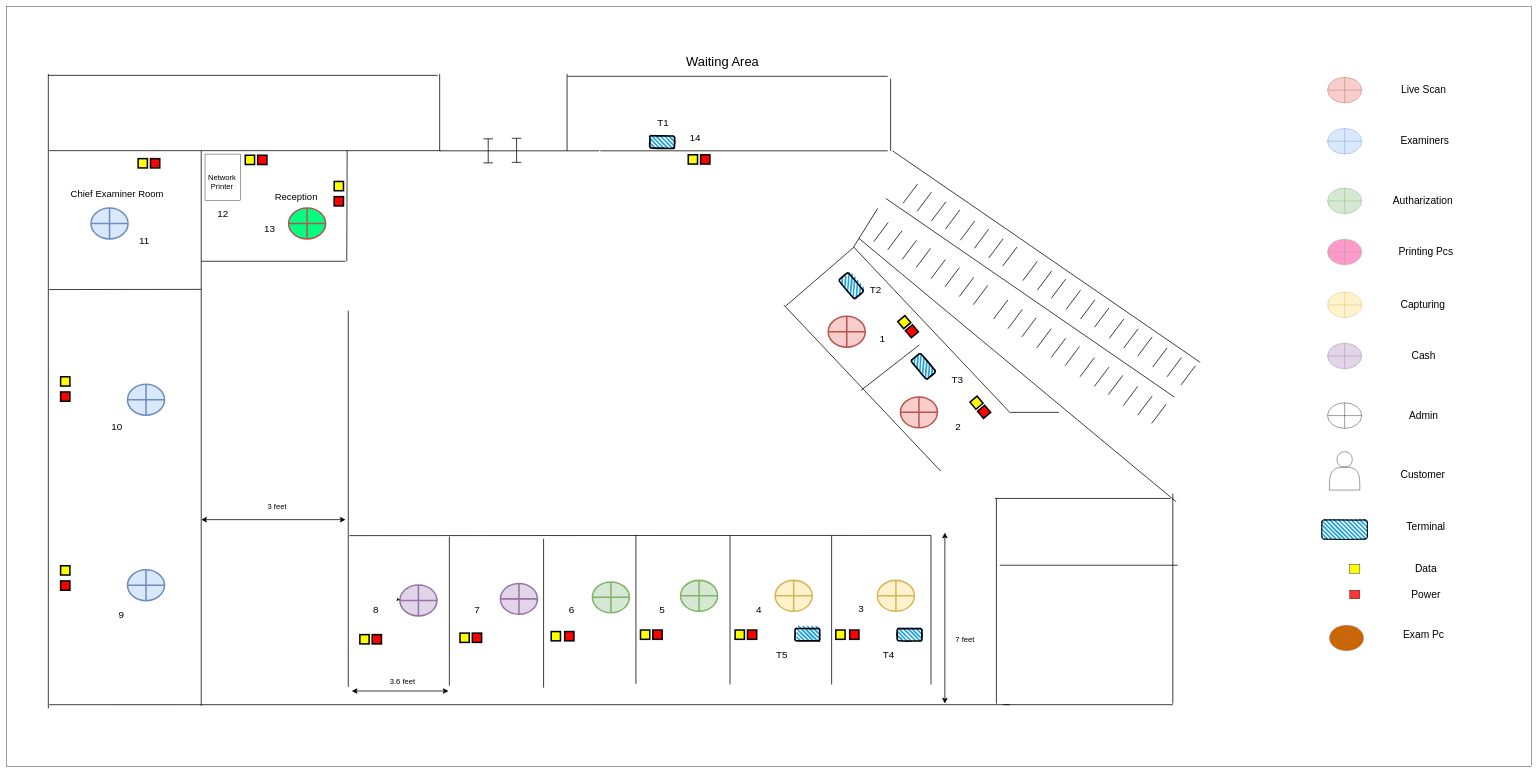
This is kegall_ground.drawio from thushan-harshajeewa/dmt-diagrams, a draw.io file, before an edit. Source tidied: cells renumbered, new cells numbered last; positions are measured from the earlier drawing's top-left corner, leaving out a move shared by most shapes. Both pictures are drawn from the tidied source at 38%, with x=0, y=0 at pixel (6, 6).
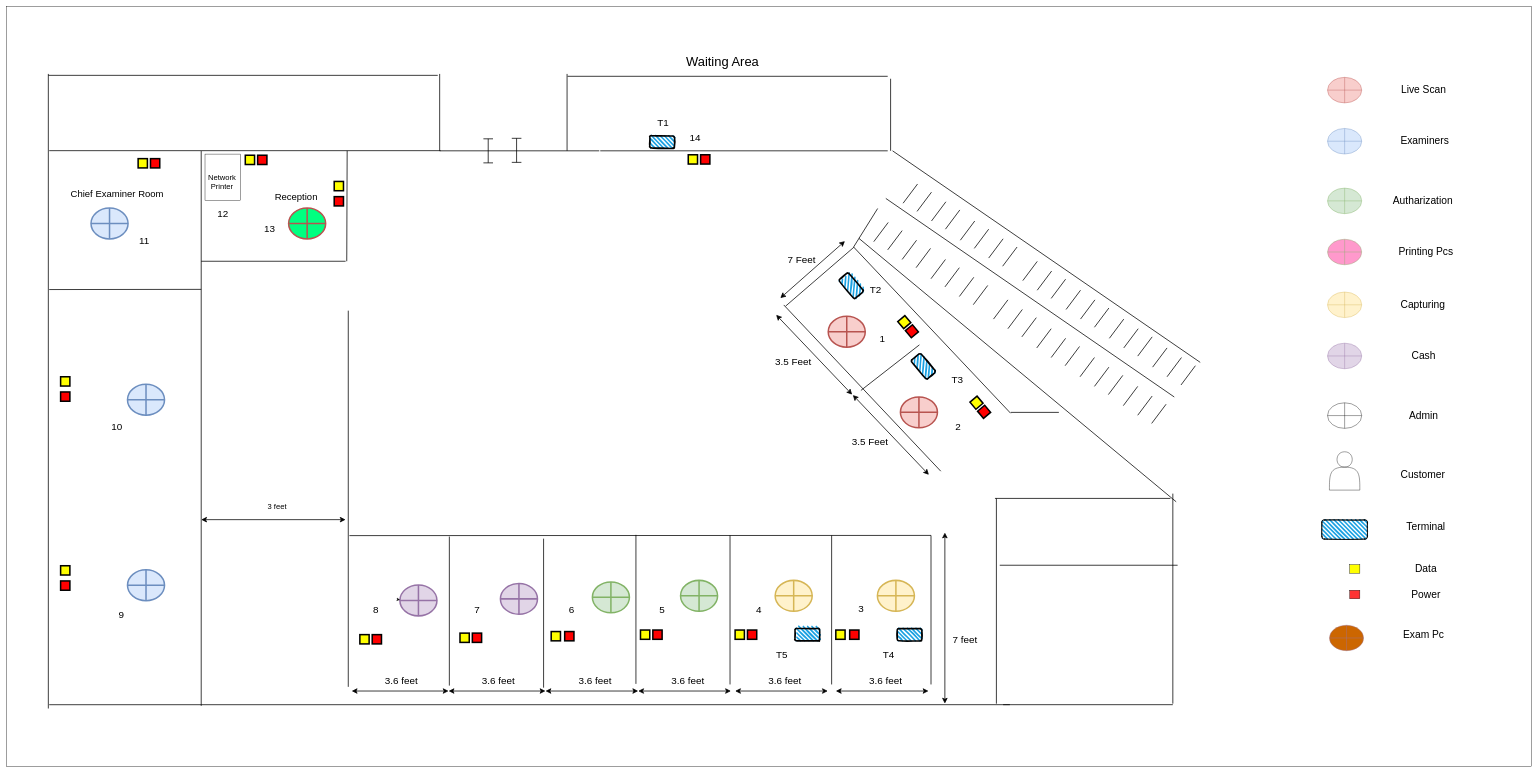
The same page after the edit.

Diff of the diagram source:
```diff
@@
-    <mxCell id="135" value="&lt;font style=&quot;font-size: 20px;&quot;&gt;7 feet&lt;/font&gt;" style="text;html=1;align=center;verticalAlign=middle;whiteSpace=wrap;rounded=0;" parent="1" vertex="1">
+    <mxCell id="135" value="&lt;font style=&quot;font-size: 26px;&quot;&gt;7 feet&lt;/font&gt;" style="text;html=1;align=center;verticalAlign=middle;whiteSpace=wrap;rounded=0;" parent="1" vertex="1">
       <mxGeometry x="2482" y="1649.8" width="80" height="30" as="geometry" />
     </mxCell>
@@
-    <mxCell id="137" value="&lt;font style=&quot;font-size: 20px;&quot;&gt;3.6 feet&lt;/font&gt;" style="text;html=1;align=center;verticalAlign=middle;whiteSpace=wrap;rounded=0;" parent="1" vertex="1">
-      <mxGeometry x="1002" y="1760" width="80" height="30" as="geometry" />
+    <mxCell id="137" value="&lt;font style=&quot;font-size: 26px;&quot;&gt;3.6 feet&lt;/font&gt;" style="text;html=1;align=center;verticalAlign=middle;whiteSpace=wrap;rounded=0;" parent="1" vertex="1">
+      <mxGeometry x="974" y="1760" width="130" height="30" as="geometry" />
     </mxCell>
@@
+    <mxCell id="184" style="endArrow=classic;startArrow=classic;html=1;endSize=10;startSize=10;strokeWidth=2;" parent="1" edge="1">
+      <mxGeometry relative="1" as="geometry">
+        <mxPoint x="2036" y="767" as="sourcePoint" />
+        <mxPoint x="2206" y="617" as="targetPoint" />
+      </mxGeometry>
+    </mxCell>
+    <mxCell id="185" value="&lt;font style=&quot;font-size: 26px;&quot;&gt;7 Feet&lt;/font&gt;" style="text;html=1;align=center;verticalAlign=middle;whiteSpace=wrap;rounded=0;" parent="1" vertex="1">
+      <mxGeometry x="2042" y="650" width="100" height="30" as="geometry" />
+    </mxCell>
+    <mxCell id="186" style="endArrow=classic;startArrow=classic;html=1;endSize=10;startSize=10;strokeWidth=2;" parent="1" edge="1">
+      <mxGeometry relative="1" as="geometry">
+        <mxPoint x="2225" y="1021" as="sourcePoint" />
+        <mxPoint x="2025" y="811" as="targetPoint" />
+      </mxGeometry>
+    </mxCell>
+    <mxCell id="187" value="&lt;font style=&quot;font-size: 26px;&quot;&gt;3.5 Feet&lt;/font&gt;" style="text;html=1;align=center;verticalAlign=middle;whiteSpace=wrap;rounded=0;" parent="1" vertex="1">
+      <mxGeometry x="2019.9" y="920" width="100" height="30" as="geometry" />
+    </mxCell>
+    <mxCell id="188" value="&lt;font style=&quot;font-size: 26px;&quot;&gt;3.5 Feet&lt;/font&gt;" style="text;html=1;align=center;verticalAlign=middle;whiteSpace=wrap;rounded=0;" parent="1" vertex="1">
+      <mxGeometry x="2221.8" y="1131" width="100" height="30" as="geometry" />
+    </mxCell>
+    <mxCell id="189" style="endArrow=classic;startArrow=classic;html=1;endSize=10;startSize=10;strokeWidth=2;" parent="1" edge="1">
+      <mxGeometry relative="1" as="geometry">
+        <mxPoint x="2426.9" y="1232" as="sourcePoint" />
+        <mxPoint x="2226.9" y="1022" as="targetPoint" />
+      </mxGeometry>
+    </mxCell>
+    <mxCell id="190" style="endArrow=classic;startArrow=classic;html=1;strokeWidth=2;endSize=10;startSize=10;" parent="1" edge="1">
+      <mxGeometry relative="1" as="geometry">
+        <mxPoint x="1163" y="1801" as="sourcePoint" />
+        <mxPoint x="1418" y="1801" as="targetPoint" />
+      </mxGeometry>
+    </mxCell>
+    <mxCell id="191" value="&lt;font style=&quot;font-size: 26px;&quot;&gt;3.6 feet&lt;/font&gt;" style="text;html=1;align=center;verticalAlign=middle;whiteSpace=wrap;rounded=0;" parent="1" vertex="1">
+      <mxGeometry x="1229" y="1760" width="130" height="30" as="geometry" />
+    </mxCell>
+    <mxCell id="192" style="endArrow=classic;startArrow=classic;html=1;strokeWidth=2;endSize=10;startSize=10;" parent="1" edge="1">
+      <mxGeometry relative="1" as="geometry">
+        <mxPoint x="1418" y="1801" as="sourcePoint" />
+        <mxPoint x="1662" y="1801" as="targetPoint" />
+      </mxGeometry>
+    </mxCell>
+    <mxCell id="193" value="&lt;font style=&quot;font-size: 26px;&quot;&gt;3.6 feet&lt;/font&gt;" style="text;html=1;align=center;verticalAlign=middle;whiteSpace=wrap;rounded=0;" parent="1" vertex="1">
+      <mxGeometry x="1484" y="1760" width="130" height="30" as="geometry" />
+    </mxCell>
+    <mxCell id="194" style="endArrow=classic;startArrow=classic;html=1;strokeWidth=2;endSize=10;startSize=10;" parent="1" edge="1">
+      <mxGeometry relative="1" as="geometry">
+        <mxPoint x="1662" y="1801" as="sourcePoint" />
+        <mxPoint x="1906" y="1801" as="targetPoint" />
+      </mxGeometry>
+    </mxCell>
+    <mxCell id="195" value="&lt;font style=&quot;font-size: 26px;&quot;&gt;3.6 feet&lt;/font&gt;" style="text;html=1;align=center;verticalAlign=middle;whiteSpace=wrap;rounded=0;" parent="1" vertex="1">
+      <mxGeometry x="1728" y="1760" width="130" height="30" as="geometry" />
+    </mxCell>
+    <mxCell id="196" style="endArrow=classic;startArrow=classic;html=1;strokeWidth=2;endSize=10;startSize=10;" parent="1" edge="1">
+      <mxGeometry relative="1" as="geometry">
+        <mxPoint x="1917" y="1801" as="sourcePoint" />
+        <mxPoint x="2161" y="1801" as="targetPoint" />
+      </mxGeometry>
+    </mxCell>
+    <mxCell id="197" value="&lt;font style=&quot;font-size: 26px;&quot;&gt;3.6 feet&lt;/font&gt;" style="text;html=1;align=center;verticalAlign=middle;whiteSpace=wrap;rounded=0;" parent="1" vertex="1">
+      <mxGeometry x="1983" y="1760" width="130" height="30" as="geometry" />
+    </mxCell>
+    <mxCell id="198" style="endArrow=classic;startArrow=classic;html=1;strokeWidth=2;endSize=10;startSize=10;" parent="1" edge="1">
+      <mxGeometry relative="1" as="geometry">
+        <mxPoint x="2182" y="1801" as="sourcePoint" />
+        <mxPoint x="2426" y="1801" as="targetPoint" />
+      </mxGeometry>
+    </mxCell>
+    <mxCell id="199" value="&lt;font style=&quot;font-size: 26px;&quot;&gt;3.6 feet&lt;/font&gt;" style="text;html=1;align=center;verticalAlign=middle;whiteSpace=wrap;rounded=0;" parent="1" vertex="1">
+      <mxGeometry x="2248" y="1760" width="130" height="30" as="geometry" />
+    </mxCell>
```
